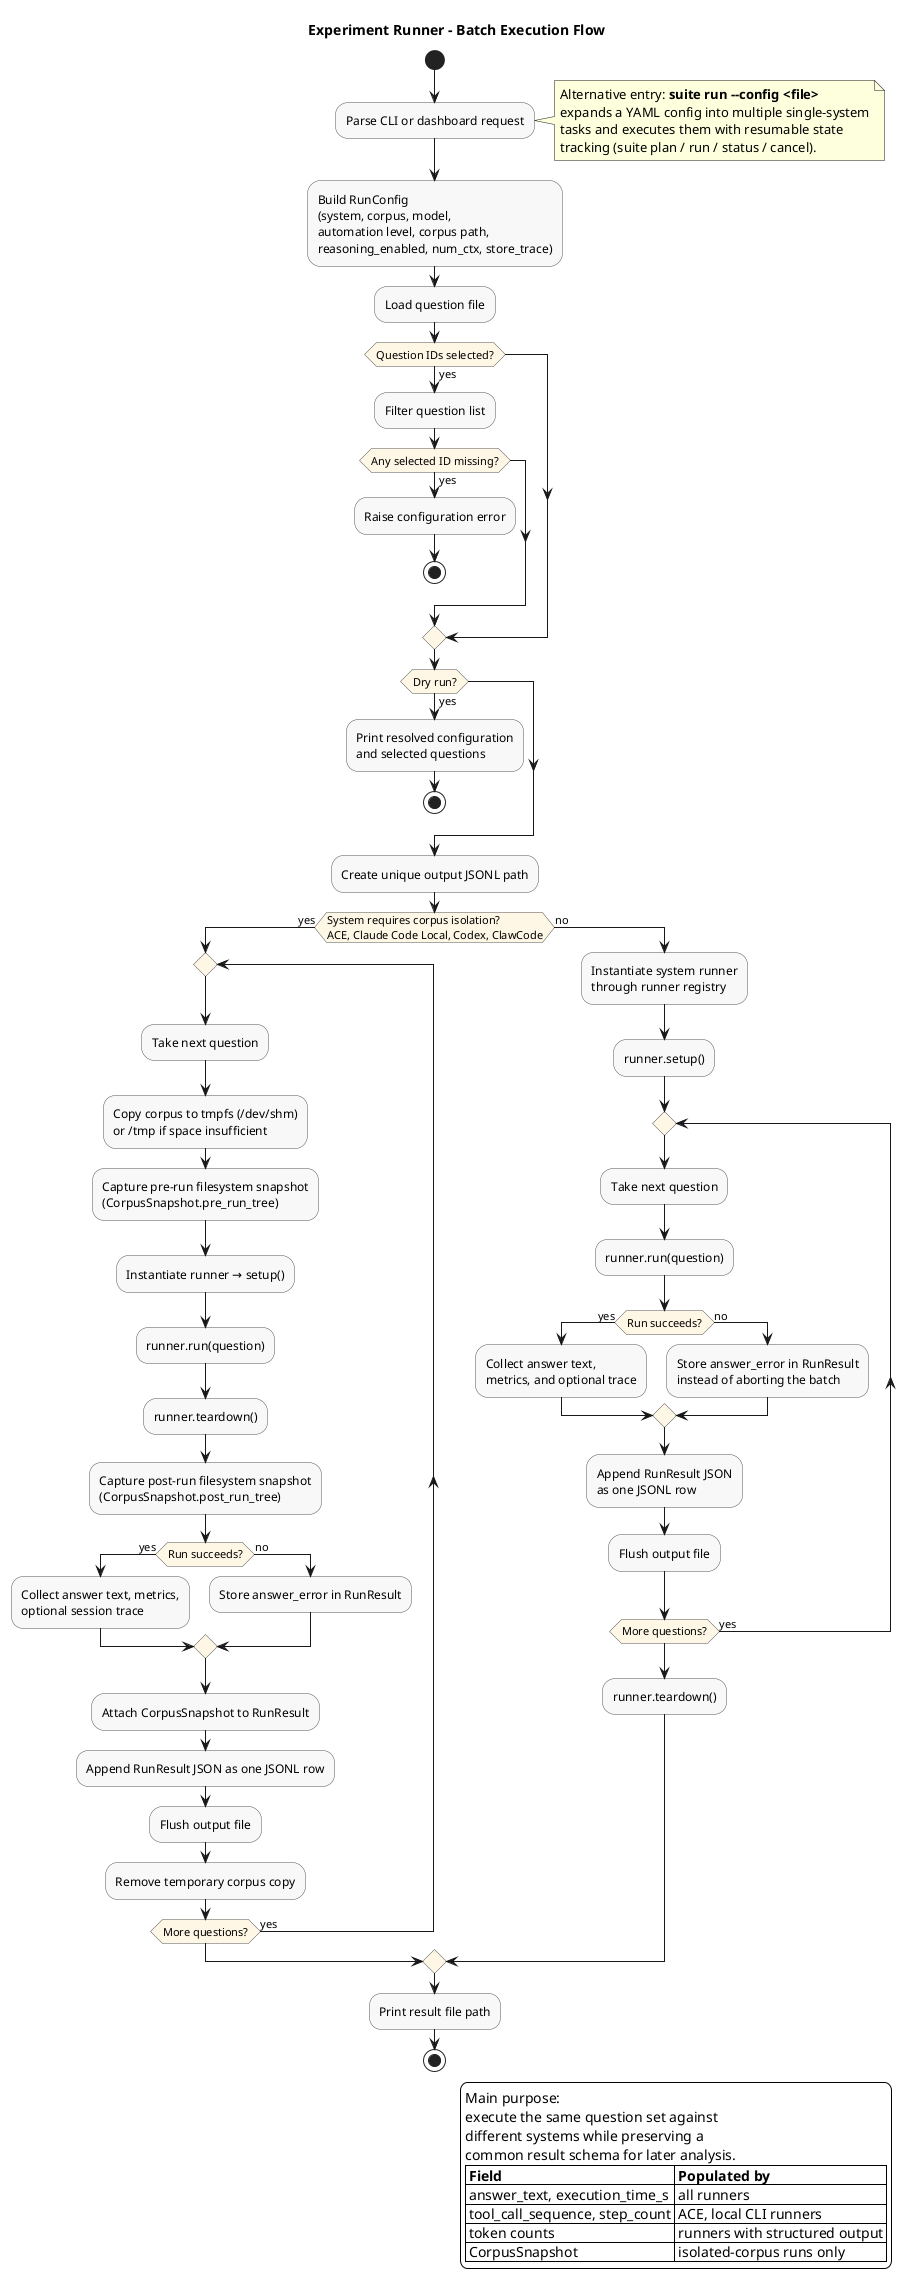
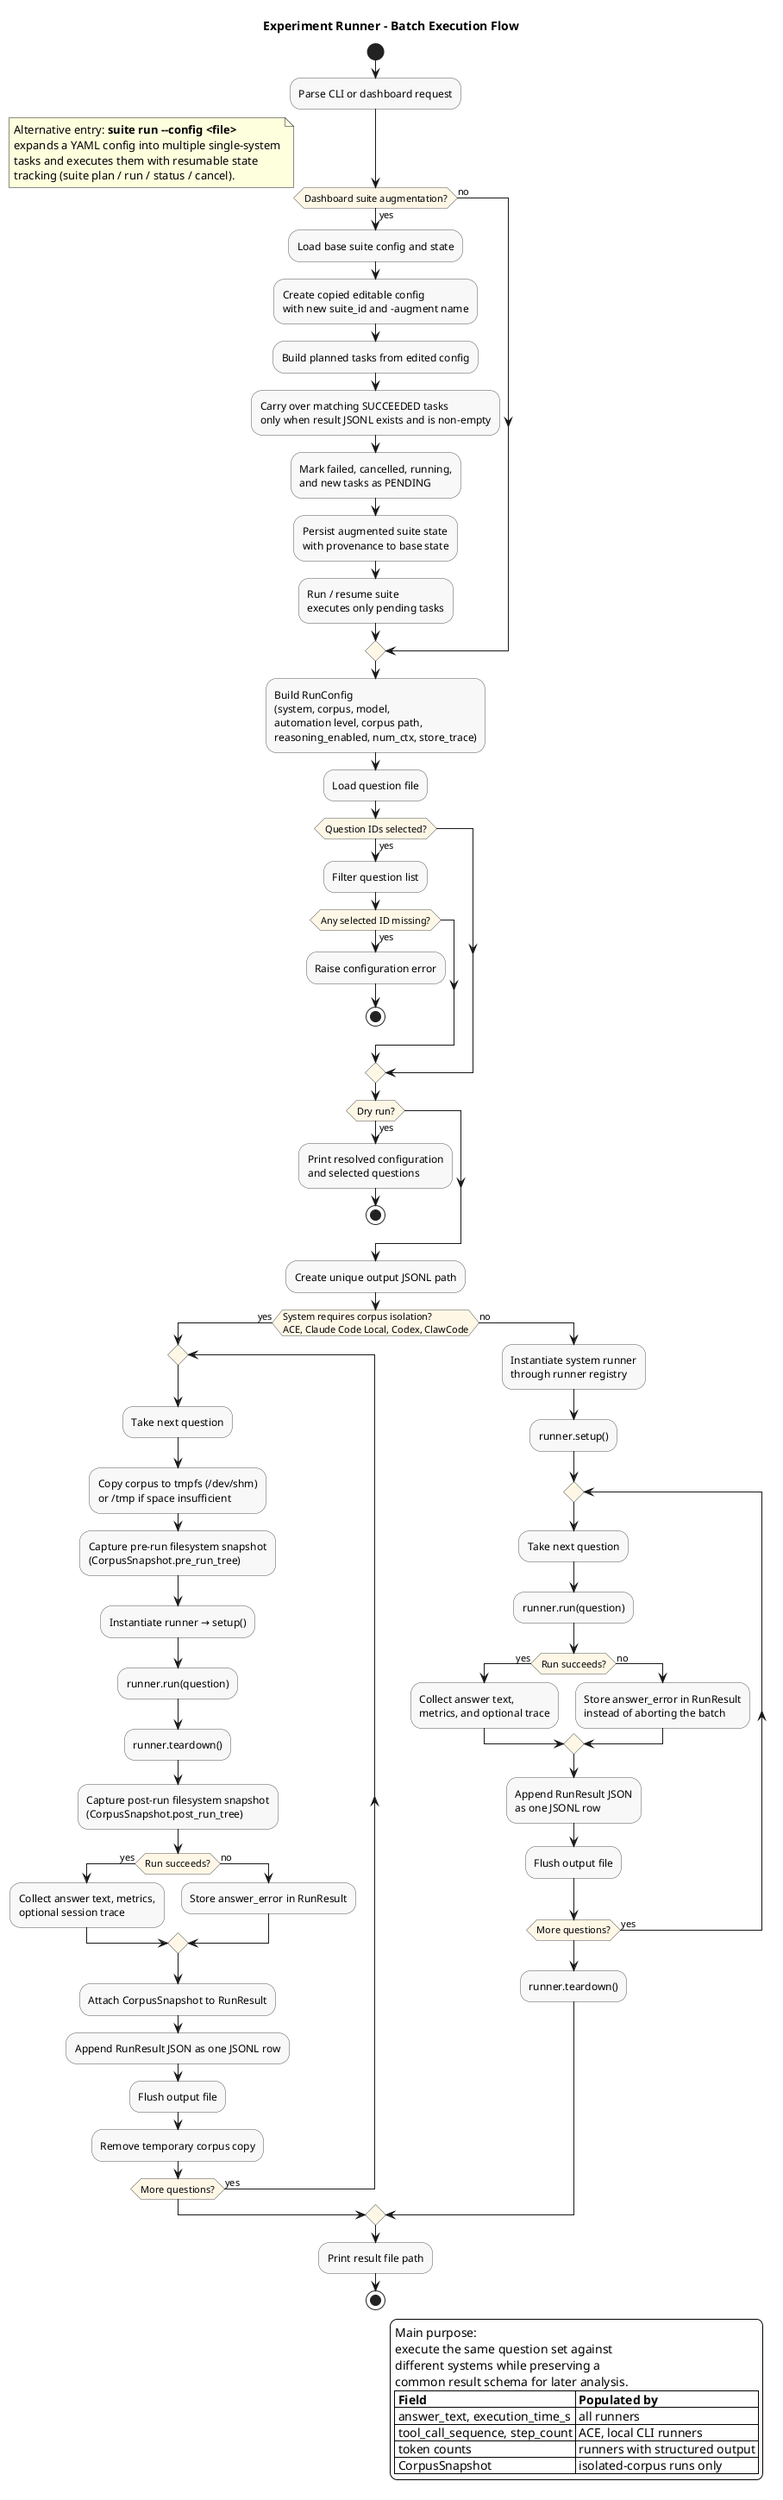
@startuml
title Experiment Runner - Batch Execution Flow

skinparam backgroundColor white
skinparam shadowing false
skinparam defaultFontName Arial
skinparam activity {
  BackgroundColor #F8F8F8
  BorderColor #555555
  DiamondBackgroundColor #FFF7E6
  DiamondBorderColor #555555
}

start

:Parse CLI or dashboard request;
+ 
+ if (Dashboard suite augmentation?) then (yes)
+   :Load base suite config and state;
+   :Create copied editable config\nwith new suite_id and -augment name;
+   :Build planned tasks from edited config;
+   :Carry over matching SUCCEEDED tasks\nonly when result JSONL exists and is non-empty;
+   :Mark failed, cancelled, running,\nand new tasks as PENDING;
+   :Persist augmented suite state\nwith provenance to base state;
+   :Run / resume suite\nexecutes only pending tasks;
+ else (no)
+ endif

note right
  Alternative entry: **suite run --config <file>**
  expands a YAML config into multiple single-system
  tasks and executes them with resumable state
  tracking (suite plan / run / status / cancel).
end note

:Build RunConfig\n(system, corpus, model,\nautomation level, corpus path,\nreasoning_enabled, num_ctx, store_trace);
:Load question file;

if (Question IDs selected?) then (yes)
  :Filter question list;
  if (Any selected ID missing?) then (yes)
    :Raise configuration error;
    stop
  endif
endif

if (Dry run?) then (yes)
  :Print resolved configuration\nand selected questions;
  stop
endif

:Create unique output JSONL path;

if (System requires corpus isolation?\nACE, Claude Code Local, Codex, ClawCode) then (yes)

  repeat
    :Take next question;
    :Copy corpus to tmpfs (/dev/shm)\nor /tmp if space insufficient;
    :Capture pre-run filesystem snapshot\n(CorpusSnapshot.pre_run_tree);
    :Instantiate runner → setup();
    :runner.run(question);
    :runner.teardown();
    :Capture post-run filesystem snapshot\n(CorpusSnapshot.post_run_tree);

    if (Run succeeds?) then (yes)
      :Collect answer text, metrics,\noptional session trace;
    else (no)
      :Store answer_error in RunResult;
    endif

    :Attach CorpusSnapshot to RunResult;
    :Append RunResult JSON as one JSONL row;
    :Flush output file;
    :Remove temporary corpus copy;
  repeat while (More questions?) is (yes)

else (no)

  :Instantiate system runner\nthrough runner registry;
  :runner.setup();

  repeat
    :Take next question;
    :runner.run(question);

    if (Run succeeds?) then (yes)
      :Collect answer text,\nmetrics, and optional trace;
    else (no)
      :Store answer_error in RunResult\ninstead of aborting the batch;
    endif

    :Append RunResult JSON\nas one JSONL row;
    :Flush output file;
  repeat while (More questions?) is (yes)

  :runner.teardown();

endif

:Print result file path;

stop

legend right
  Main purpose:
  execute the same question set against
  different systems while preserving a
  common result schema for later analysis.
  |= Field |= Populated by |
  | answer_text, execution_time_s | all runners |
  | tool_call_sequence, step_count | ACE, local CLI runners |
  | token counts | runners with structured output |
  | CorpusSnapshot | isolated-corpus runs only |
endlegend

@enduml
